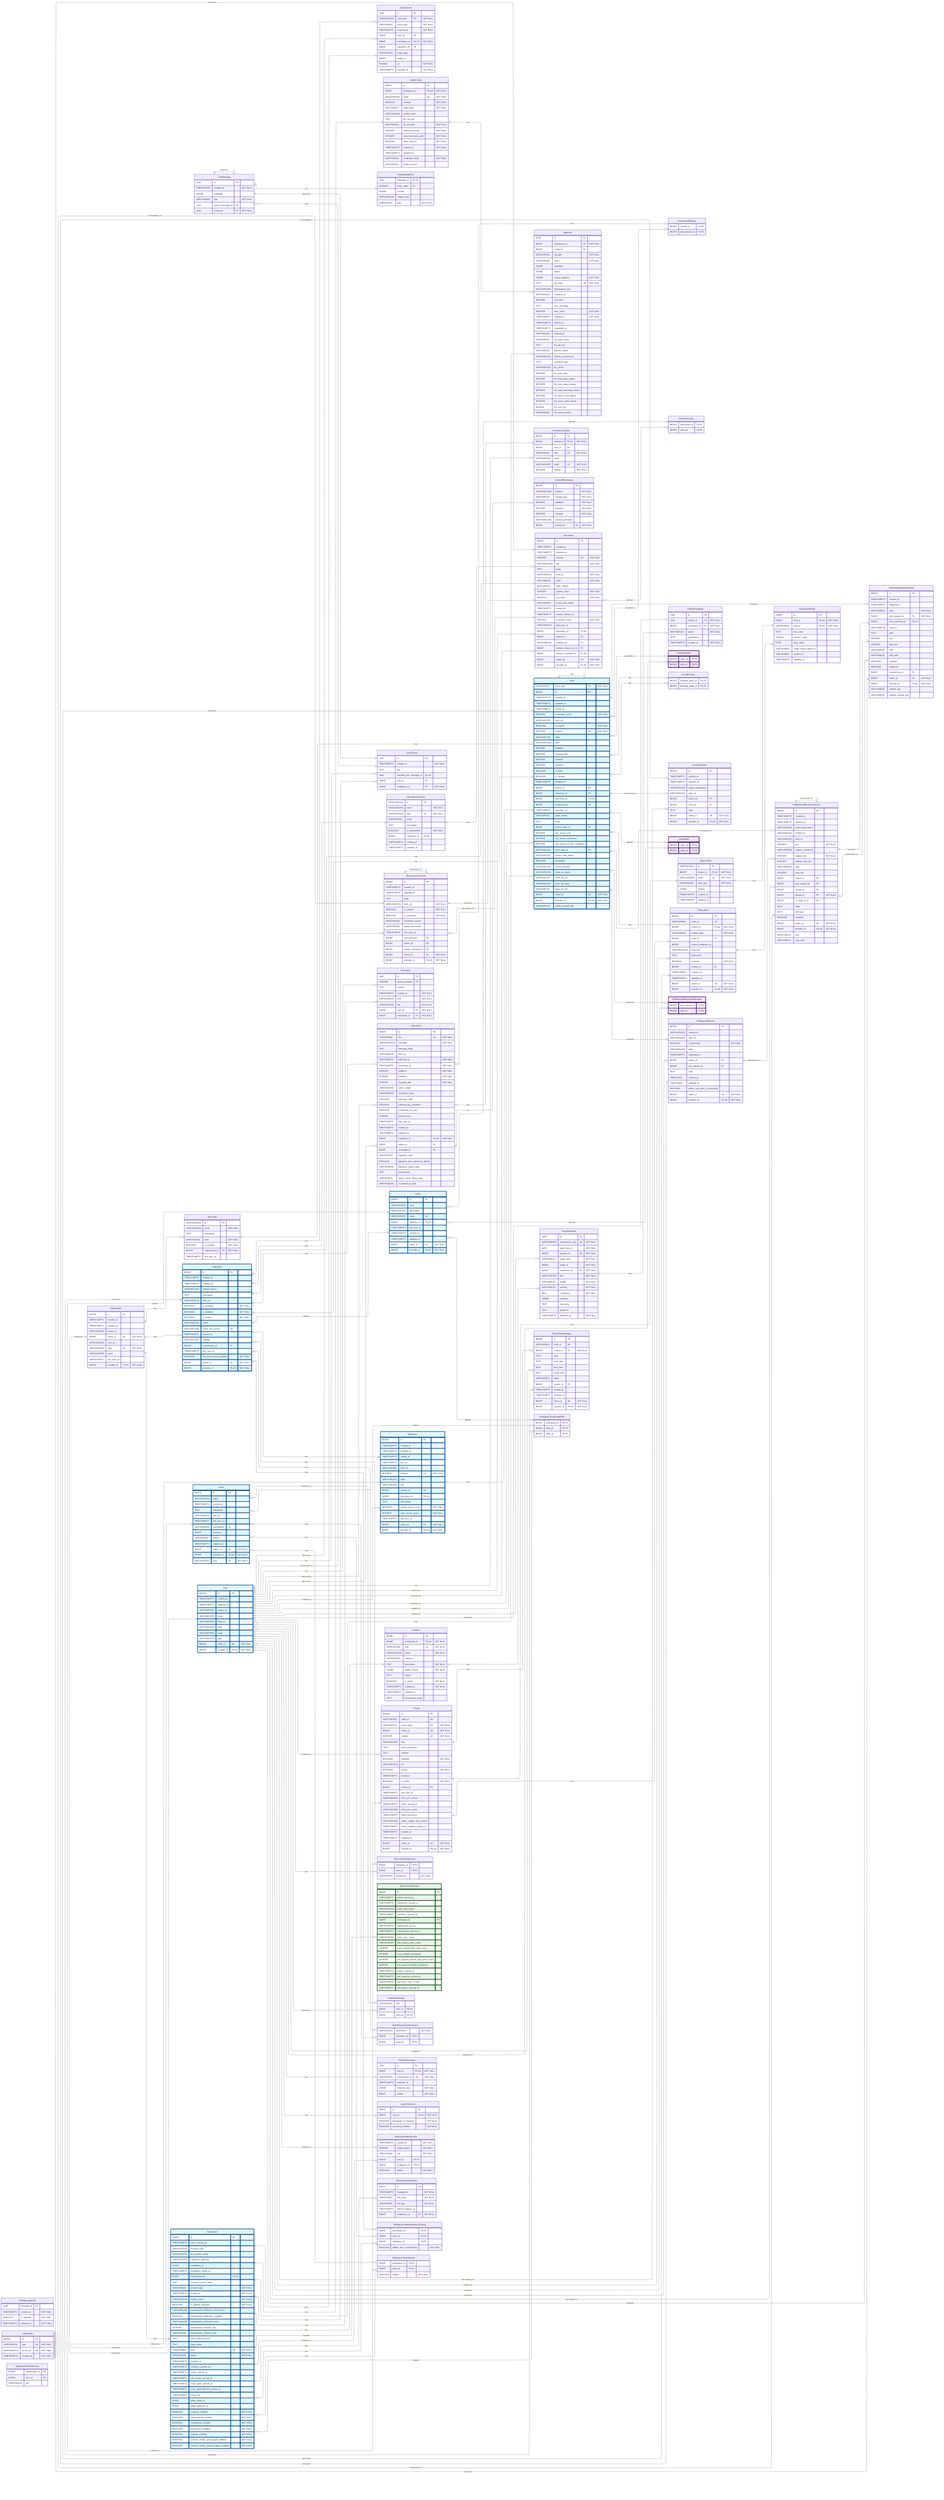
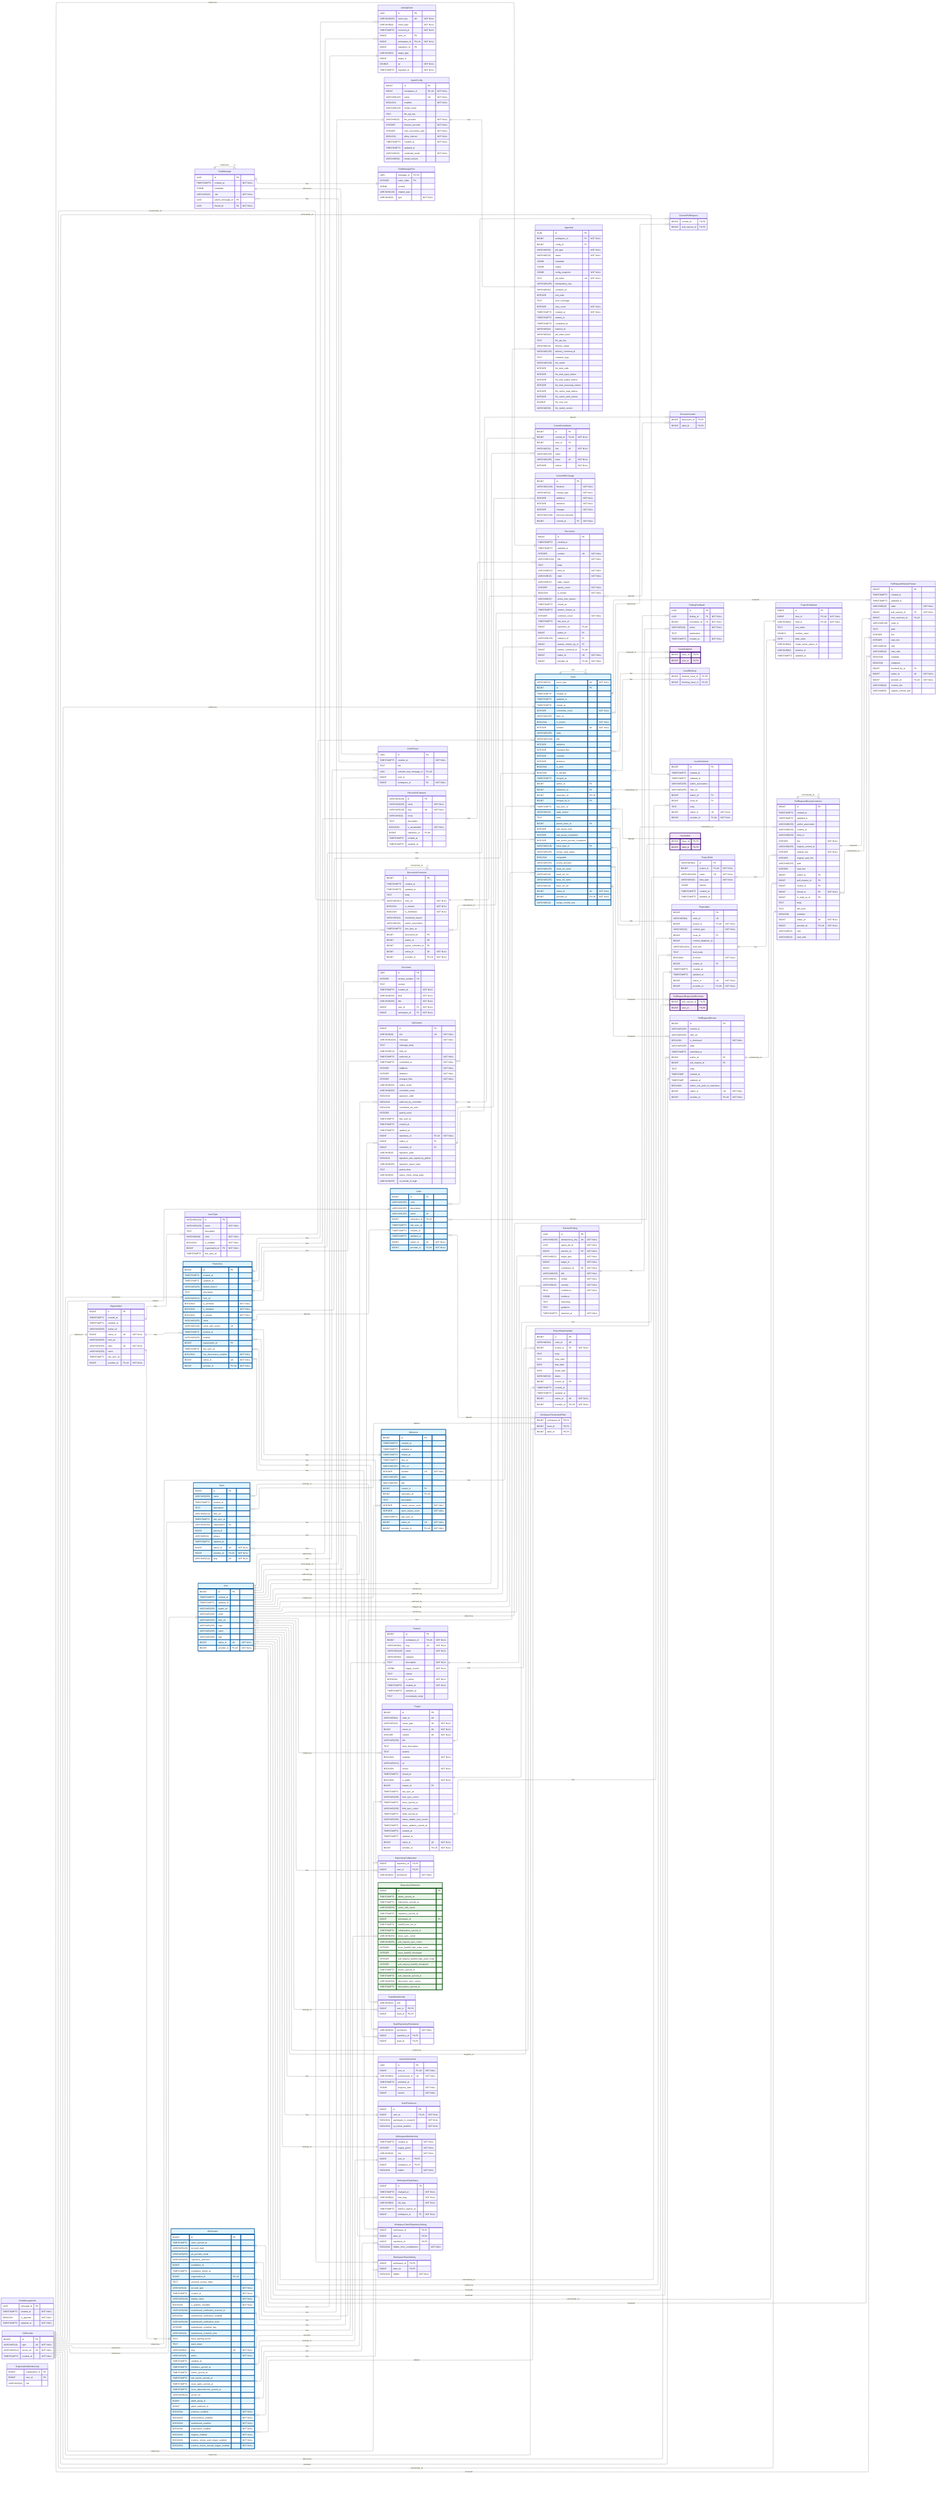
---
config:
    layout: elk
---
erDiagram
    %% Generated automatically from PostgreSQL database schema
    %% using scripts/generate-mermaid-erd.ts
    %% To regenerate: npm run db:generate-erd-docs

    direction LR

    ActivityEvent {
        UUID id PK
        VARCHAR(255) event_key UK "NOT NULL"
        VARCHAR(64) event_type "NOT NULL"
        TIMESTAMPTZ occurred_at "NOT NULL"
        BIGINT actor_id FK
        BIGINT workspace_id FK,UK "NOT NULL"
        BIGINT repository_id FK
        VARCHAR(32) target_type
        BIGINT target_id
        DOUBLE xp "NOT NULL"
        TIMESTAMPTZ ingested_at "NOT NULL"
    }

    AgentConfig {
        BIGINT id PK
        BIGINT workspace_id FK,UK "NOT NULL"
        VARCHAR(100) name UK "NOT NULL"
        BOOLEAN enabled "NOT NULL"
-         VARCHAR(32) agent_type "NOT NULL"
        VARCHAR(128) model_name
        TEXT llm_api_key
        VARCHAR(32) llm_provider "NOT NULL"
        INTEGER timeout_seconds "NOT NULL"
        INTEGER max_concurrent_jobs "NOT NULL"
        BOOLEAN allow_internet "NOT NULL"
        TIMESTAMPTZ created_at "NOT NULL"
        TIMESTAMPTZ updated_at
        VARCHAR(16) credential_mode "NOT NULL"
        VARCHAR(50) model_version
    }

    AgentJob {
        UUID id PK
        BIGINT workspace_id FK "NOT NULL"
        BIGINT config_id FK
        VARCHAR(50) job_type "NOT NULL"
        VARCHAR(20) status "NOT NULL"
        JSONB metadata
        JSONB output
        JSONB config_snapshot "NOT NULL"
        TEXT job_token UK "NOT NULL"
        VARCHAR(255) idempotency_key
        VARCHAR(64) container_id
        INTEGER exit_code
        TEXT error_message
        INTEGER retry_count "NOT NULL"
        TIMESTAMPTZ created_at "NOT NULL"
        TIMESTAMPTZ started_at
        TIMESTAMPTZ completed_at
        VARCHAR(64) network_id
        VARCHAR(64) job_token_hash
        TEXT llm_api_key
        VARCHAR(20) delivery_status
        VARCHAR(255) delivery_comment_id
        TEXT container_logs
        VARCHAR(100) llm_model
        INTEGER llm_total_calls
        INTEGER llm_total_input_tokens
        INTEGER llm_total_output_tokens
        INTEGER llm_total_reasoning_tokens
        INTEGER llm_cache_read_tokens
        INTEGER llm_cache_write_tokens
        DOUBLE llm_cost_usd
        VARCHAR(50) llm_model_version
    }

    ChatMessage {
        UUID id PK
        TIMESTAMPTZ created_at "NOT NULL"
        JSONB metadata
        VARCHAR(16) role "NOT NULL"
        UUID parent_message_id FK
        UUID thread_id FK "NOT NULL"
    }

    ChatMessagePart {
        UUID message_id PK,FK
        INTEGER order_index PK
        JSONB content
        VARCHAR(128) original_type
        VARCHAR(32) type "NOT NULL"
    }

    ChatMessageVote {
        UUID message_id PK
        TIMESTAMPTZ created_at "NOT NULL"
        BOOLEAN is_upvoted "NOT NULL"
        TIMESTAMPTZ updated_at "NOT NULL"
    }

    ChatThread {
        UUID id PK
        TIMESTAMPTZ created_at "NOT NULL"
        TEXT title
        UUID selected_leaf_message_id FK,UK
        BIGINT user_id FK
        BIGINT workspace_id FK "NOT NULL"
    }

    CommitContributor {
        BIGINT id PK
        BIGINT commit_id FK,UK "NOT NULL"
        BIGINT user_id FK
        VARCHAR(32) role UK "NOT NULL"
        VARCHAR(255) name
        VARCHAR(255) email UK "NOT NULL"
        INTEGER ordinal "NOT NULL"
    }

    CommitFileChange {
        BIGINT id PK
        VARCHAR(1024) filename "NOT NULL"
        VARCHAR(32) change_type "NOT NULL"
        INTEGER additions "NOT NULL"
        INTEGER deletions "NOT NULL"
        INTEGER changes "NOT NULL"
        VARCHAR(1024) previous_filename
        BIGINT commit_id FK "NOT NULL"
    }

    CommitPullRequest {
        BIGINT commit_id PK,FK
        BIGINT pull_request_id PK,FK
    }

    Discussion {
        BIGINT id PK
        TIMESTAMPTZ created_at
        TIMESTAMPTZ updated_at
        INTEGER number UK "NOT NULL"
        VARCHAR(1024) title "NOT NULL"
        TEXT body
        VARCHAR(512) html_url "NOT NULL"
        VARCHAR(16) state "NOT NULL"
        VARCHAR(32) state_reason
        INTEGER upvote_count "NOT NULL"
        BOOLEAN is_locked "NOT NULL"
        VARCHAR(32) active_lock_reason
        TIMESTAMPTZ closed_at
        TIMESTAMPTZ answer_chosen_at
        INTEGER comment_count "NOT NULL"
        TIMESTAMPTZ last_sync_at
        BIGINT repository_id FK,UK
        BIGINT author_id FK
        VARCHAR(128) category_id FK
        BIGINT answer_chosen_by_id FK
        BIGINT answer_comment_id FK,UK
        BIGINT native_id UK "NOT NULL"
        BIGINT provider_id FK,UK "NOT NULL"
    }

    DiscussionCategory {
        VARCHAR(128) id PK
        VARCHAR(255) name "NOT NULL"
        VARCHAR(128) slug UK "NOT NULL"
        VARCHAR(32) emoji
        TEXT description
        BOOLEAN is_answerable "NOT NULL"
        BIGINT repository_id FK,UK
        TIMESTAMPTZ created_at
        TIMESTAMPTZ updated_at
    }

    DiscussionComment {
        BIGINT id PK
        TIMESTAMPTZ created_at
        TIMESTAMPTZ updated_at
        TEXT body
        VARCHAR(512) html_url "NOT NULL"
        BOOLEAN is_answer "NOT NULL"
        BOOLEAN is_minimized "NOT NULL"
        VARCHAR(64) minimized_reason
        VARCHAR(32) author_association
        TIMESTAMPTZ last_sync_at
        BIGINT discussion_id FK
        BIGINT author_id FK
        BIGINT parent_comment_id FK
        BIGINT native_id UK "NOT NULL"
        BIGINT provider_id FK,UK "NOT NULL"
    }

    DiscussionLabel {
        BIGINT discussion_id PK,FK
        BIGINT label_id PK,FK
    }

    Document {
        UUID id PK
        INTEGER version_number PK
        TEXT content
        TIMESTAMPTZ created_at "NOT NULL"
        VARCHAR(255) kind "NOT NULL"
        VARCHAR(255) title "NOT NULL"
        BIGINT user_id FK "NOT NULL"
        BIGINT workspace_id FK "NOT NULL"
    }

    FindingFeedback {
        UUID id PK
        UUID finding_id FK "NOT NULL"
        BIGINT contributor_id FK "NOT NULL"
        VARCHAR(16) action "NOT NULL"
        TEXT explanation
        TIMESTAMPTZ created_at "NOT NULL"
    }

    GitCommit {
        BIGINT id PK
        VARCHAR(40) sha UK "NOT NULL"
        VARCHAR(1024) message "NOT NULL"
        TEXT message_body
        VARCHAR(512) html_url
        TIMESTAMPTZ authored_at "NOT NULL"
        TIMESTAMPTZ committed_at "NOT NULL"
        INTEGER additions "NOT NULL"
        INTEGER deletions "NOT NULL"
        INTEGER changed_files "NOT NULL"
        VARCHAR(255) author_email
        VARCHAR(255) committer_email
        BOOLEAN signature_valid
        BOOLEAN authored_by_committer
        BOOLEAN committed_via_web
        INTEGER parent_count
        TIMESTAMPTZ last_sync_at
        TIMESTAMPTZ created_at
        TIMESTAMPTZ updated_at
        BIGINT repository_id FK,UK "NOT NULL"
        BIGINT author_id FK
        BIGINT committer_id FK
        VARCHAR(32) signature_state
        BOOLEAN signature_was_signed_by_github
        VARCHAR(255) signature_signer_login
        TEXT parent_shas
        VARCHAR(32) status_check_rollup_state
        VARCHAR(255) on_behalf_of_login
    }

    GitProvider {
        BIGINT id PK
        VARCHAR(10) type UK "NOT NULL"
        VARCHAR(512) server_url UK "NOT NULL"
        TIMESTAMPTZ created_at "NOT NULL"
    }

    Issue {
        VARCHAR(31) issue_type UK "NOT NULL"
        BIGINT id PK
        TIMESTAMPTZ created_at
        TIMESTAMPTZ updated_at
        TIMESTAMPTZ closed_at
        INTEGER comments_count "NOT NULL"
        VARCHAR(255) html_url
        BOOLEAN is_locked "NOT NULL"
        INTEGER number UK "NOT NULL"
        VARCHAR(255) state
        VARCHAR(1024) title
        INTEGER additions
        INTEGER changed_files
        INTEGER commits
        INTEGER deletions
        BOOLEAN is_draft
        BOOLEAN is_merged
        TIMESTAMPTZ merged_at
        BIGINT author_id FK
        BIGINT milestone_id FK
        BIGINT repository_id FK,UK
        BIGINT merged_by_id FK
        TIMESTAMPTZ last_sync_at
        VARCHAR(32) state_reason
        TEXT body
        BIGINT parent_issue_id FK
        INTEGER sub_issues_total
        INTEGER sub_issues_completed
        INTEGER sub_issues_percent_completed
        VARCHAR(128) issue_type_id FK
        VARCHAR(255) merge_state_status
        BOOLEAN mergeable
        VARCHAR(255) review_decision
        VARCHAR(255) head_ref_name
        VARCHAR(40) head_ref_oid
        VARCHAR(255) base_ref_name
        VARCHAR(40) base_ref_oid
        BIGINT native_id UK "NOT NULL"
        BIGINT provider_id FK,UK "NOT NULL"
        VARCHAR(40) merge_commit_sha
    }

    IssueAssignee {
        BIGINT issue_id PK,FK
        BIGINT user_id PK,FK
    }

    IssueBlocking {
        BIGINT blocked_issue_id PK,FK
        BIGINT blocking_issue_id PK,FK
    }

    IssueComment {
        BIGINT id PK
        TIMESTAMPTZ created_at
        TIMESTAMPTZ updated_at
        VARCHAR(255) author_association
        VARCHAR(255) html_url
        BIGINT author_id FK
        BIGINT issue_id FK
        TEXT body
        BIGINT native_id UK "NOT NULL"
        BIGINT provider_id FK,UK "NOT NULL"
    }

    IssueLabel {
        BIGINT issue_id PK,FK
        BIGINT label_id PK,FK
    }

    IssueType {
        VARCHAR(128) id PK
        VARCHAR(128) name "NOT NULL"
        TEXT description
        VARCHAR(20) color "NOT NULL"
        BOOLEAN is_enabled "NOT NULL"
        BIGINT organization_id FK "NOT NULL"
        TIMESTAMPTZ last_sync_at
    }

    Label {
        BIGINT id PK
        VARCHAR(255) color
        VARCHAR(255) description
        VARCHAR(255) name UK
        BIGINT repository_id FK,UK
        TIMESTAMPTZ last_sync_at
        TIMESTAMPTZ created_at
        TIMESTAMPTZ updated_at
        BIGINT native_id UK "NOT NULL"
        BIGINT provider_id FK,UK "NOT NULL"
    }

    Milestone {
        BIGINT id PK
        TIMESTAMPTZ created_at
        TIMESTAMPTZ updated_at
        TIMESTAMPTZ closed_at
        TIMESTAMPTZ due_on
        VARCHAR(255) html_url
        INTEGER number UK "NOT NULL"
        VARCHAR(255) state
        VARCHAR(255) title
        BIGINT creator_id FK
        BIGINT repository_id FK,UK
        TEXT description
        INTEGER closed_issues_count "NOT NULL"
        INTEGER open_issues_count "NOT NULL"
        TIMESTAMPTZ last_sync_at
        BIGINT native_id UK "NOT NULL"
        BIGINT provider_id FK,UK "NOT NULL"
    }

    Organization {
        BIGINT id PK
        TIMESTAMPTZ created_at
        TIMESTAMPTZ updated_at
        VARCHAR(255) avatar_url
        BIGINT native_id UK "NOT NULL"
        VARCHAR(255) html_url
        VARCHAR(255) login UK "NOT NULL"
        VARCHAR(255) name
        TIMESTAMPTZ last_sync_at
        BIGINT provider_id FK,UK "NOT NULL"
    }

    OrganizationMembership {
        BIGINT organization_id PK
        BIGINT user_id PK
        VARCHAR(32) role
    }

    Practice {
        BIGINT id PK
        BIGINT workspace_id FK,UK "NOT NULL"
        VARCHAR(64) slug UK "NOT NULL"
        VARCHAR(128) name "NOT NULL"
        VARCHAR(64) category
        TEXT description "NOT NULL"
        JSONB trigger_events "NOT NULL"
        TEXT criteria
        BOOLEAN is_active "NOT NULL"
        TIMESTAMPTZ created_at "NOT NULL"
        TIMESTAMPTZ updated_at
        TEXT precompute_script
    }

    PracticeFinding {
        UUID id PK
        VARCHAR(255) idempotency_key UK "NOT NULL"
        UUID agent_job_id "NOT NULL"
        BIGINT practice_id FK "NOT NULL"
        VARCHAR(32) target_type "NOT NULL"
        BIGINT target_id "NOT NULL"
        BIGINT contributor_id FK "NOT NULL"
        VARCHAR(255) title "NOT NULL"
        VARCHAR(16) verdict "NOT NULL"
        VARCHAR(16) severity "NOT NULL"
        REAL confidence "NOT NULL"
        JSONB evidence
        TEXT reasoning
        TEXT guidance
        TIMESTAMPTZ detected_at "NOT NULL"
    }

    Project {
        BIGINT id PK
        VARCHAR(64) node_id UK
        VARCHAR(32) owner_type UK "NOT NULL"
        BIGINT owner_id UK "NOT NULL"
        INTEGER number UK "NOT NULL"
        VARCHAR(256) title
        TEXT short_description
        TEXT readme
        BOOLEAN template "NOT NULL"
        VARCHAR(512) url
        BOOLEAN closed "NOT NULL"
        TIMESTAMPTZ closed_at
        BOOLEAN is_public "NOT NULL"
        BIGINT creator_id FK
        TIMESTAMPTZ last_sync_at
        VARCHAR(256) item_sync_cursor
        TIMESTAMPTZ items_synced_at
        VARCHAR(256) field_sync_cursor
        TIMESTAMPTZ fields_synced_at
        VARCHAR(256) status_update_sync_cursor
        TIMESTAMPTZ status_updates_synced_at
        TIMESTAMPTZ created_at
        TIMESTAMPTZ updated_at
        BIGINT native_id UK "NOT NULL"
        BIGINT provider_id FK,UK "NOT NULL"
    }

    ProjectField {
        VARCHAR(64) id PK
        BIGINT project_id FK,UK "NOT NULL"
        VARCHAR(256) name UK "NOT NULL"
        VARCHAR(32) data_type "NOT NULL"
        JSONB options
        TIMESTAMPTZ created_at
        TIMESTAMPTZ updated_at
    }

    ProjectFieldValue {
        BIGINT id PK
        BIGINT item_id FK,UK "NOT NULL"
        VARCHAR(64) field_id FK,UK "NOT NULL"
        TEXT text_value
        DOUBLE number_value
        DATE date_value
        VARCHAR(64) single_select_option_id
        VARCHAR(64) iteration_id
        TIMESTAMPTZ updated_at
    }

    ProjectItem {
        BIGINT id PK
        VARCHAR(64) node_id UK
        BIGINT project_id FK,UK "NOT NULL"
        VARCHAR(32) content_type "NOT NULL"
        BIGINT issue_id FK
        BIGINT content_database_id
        VARCHAR(1024) draft_title
        TEXT draft_body
        BOOLEAN archived "NOT NULL"
        BIGINT creator_id FK
        TIMESTAMPTZ created_at
        TIMESTAMPTZ updated_at
        BIGINT native_id UK "NOT NULL"
        BIGINT provider_id FK,UK "NOT NULL"
    }

    ProjectStatusUpdate {
        BIGINT id PK
        VARCHAR(64) node_id UK
        BIGINT project_id FK "NOT NULL"
        TEXT body
        TEXT body_html
        DATE start_date
        DATE target_date
        VARCHAR(32) status
        BIGINT creator_id FK
        TIMESTAMPTZ created_at
        TIMESTAMPTZ updated_at
        BIGINT native_id UK "NOT NULL"
        BIGINT provider_id FK,UK "NOT NULL"
    }

    PullRequestRequestedReviewer {
        BIGINT pull_request_id PK,FK
        BIGINT user_id PK,FK
    }

    PullRequestReview {
        BIGINT id PK
        VARCHAR(255) commit_id
        VARCHAR(255) html_url
        BOOLEAN is_dismissed "NOT NULL"
        VARCHAR(255) state
        TIMESTAMPTZ submitted_at
        BIGINT author_id FK
        BIGINT pull_request_id FK
        TEXT body
        TIMESTAMP created_at
        TIMESTAMP updated_at
        BOOLEAN author_can_push_to_repository
        BIGINT native_id UK "NOT NULL"
        BIGINT provider_id FK,UK "NOT NULL"
    }

    PullRequestReviewComment {
        BIGINT id PK
        TIMESTAMPTZ created_at
        TIMESTAMPTZ updated_at
        VARCHAR(255) author_association
        VARCHAR(255) commit_id
        VARCHAR(255) html_url
        INTEGER line "NOT NULL"
        VARCHAR(255) original_commit_id
        INTEGER original_line "NOT NULL"
        INTEGER original_start_line
        VARCHAR(255) path
        INTEGER start_line
        BIGINT author_id FK
        BIGINT pull_request_id FK
        BIGINT review_id FK
        BIGINT thread_id FK "NOT NULL"
        BIGINT in_reply_to_id FK
        TEXT body
        TEXT diff_hunk
        BOOLEAN outdated
        BIGINT native_id UK "NOT NULL"
        BIGINT provider_id FK,UK "NOT NULL"
        VARCHAR(16) side
        VARCHAR(16) start_side
    }

    PullRequestReviewThread {
        BIGINT id PK
        TIMESTAMPTZ created_at
        TIMESTAMPTZ updated_at
        VARCHAR(20) state "NOT NULL"
        BIGINT pull_request_id FK "NOT NULL"
        BIGINT root_comment_id FK,UK
        VARCHAR(128) node_id
        TEXT path
        INTEGER line
        INTEGER start_line
        VARCHAR(16) side
        VARCHAR(16) start_side
        BOOLEAN outdated
        BOOLEAN collapsed
        BIGINT resolved_by_id FK
        BIGINT native_id UK "NOT NULL"
        BIGINT provider_id FK,UK "NOT NULL"
        VARCHAR(64) commit_sha
        VARCHAR(64) original_commit_sha
    }

    Repository {
        BIGINT id PK
        TIMESTAMPTZ created_at
        TIMESTAMPTZ updated_at
        VARCHAR(255) default_branch
        TEXT description
        VARCHAR(512) html_url
        BOOLEAN is_archived "NOT NULL"
        BOOLEAN is_disabled "NOT NULL"
        BOOLEAN is_private "NOT NULL"
        VARCHAR(255) name
        VARCHAR(150) name_with_owner UK
        TIMESTAMPTZ pushed_at
        VARCHAR(255) visibility
        BIGINT organization_id FK
        TIMESTAMPTZ last_sync_at
        BOOLEAN has_discussions_enabled "NOT NULL"
        BIGINT native_id UK "NOT NULL"
        BIGINT provider_id FK,UK "NOT NULL"
    }

    RepositoryCollaborator {
        BIGINT repository_id PK,FK
        BIGINT user_id PK,FK
        VARCHAR(32) permission "NOT NULL"
    }

    RepositoryToMonitor {
        BIGINT id PK
        TIMESTAMPTZ labels_synced_at
        TIMESTAMPTZ milestones_synced_at
        VARCHAR(255) name_with_owner
        TIMESTAMPTZ repository_synced_at
        BIGINT workspace_id FK
        TIMESTAMPTZ backfill_last_run_at
        TIMESTAMPTZ collaborators_synced_at
        VARCHAR(255) issue_sync_cursor
        VARCHAR(255) pull_request_sync_cursor
        INTEGER issue_backfill_high_water_mark
        INTEGER issue_backfill_checkpoint
        INTEGER pull_request_backfill_high_water_mark
        INTEGER pull_request_backfill_checkpoint
        TIMESTAMPTZ issues_synced_at
        TIMESTAMPTZ pull_requests_synced_at
        VARCHAR(255) discussion_sync_cursor
        TIMESTAMPTZ discussions_synced_at
    }

    Team {
        BIGINT id PK
        VARCHAR(255) name
        TIMESTAMPTZ created_at
        TEXT description
        VARCHAR(512) html_url
        TIMESTAMPTZ last_sync_at
        VARCHAR(255) organization UK
        BIGINT parent_id
        VARCHAR(32) privacy
        TIMESTAMPTZ updated_at
        BIGINT native_id UK "NOT NULL"
        BIGINT provider_id FK,UK "NOT NULL"
        VARCHAR(512) slug UK "NOT NULL"
    }

    TeamMembership {
        VARCHAR(32) role
        BIGINT user_id PK,FK
        BIGINT team_id PK,FK
    }

    TeamRepositoryPermission {
        VARCHAR(32) permission "NOT NULL"
        BIGINT repository_id PK,FK
        BIGINT team_id PK,FK
    }

    User {
        BIGINT id PK
        TIMESTAMPTZ created_at
        TIMESTAMPTZ updated_at
        VARCHAR(255) avatar_url
        VARCHAR(255) email
        VARCHAR(255) html_url
        VARCHAR(255) login
        VARCHAR(255) name
        VARCHAR(255) type
        BIGINT native_id UK "NOT NULL"
        BIGINT provider_id FK,UK "NOT NULL"
    }

    UserAchievement {
        UUID id PK
        BIGINT user_id FK,UK "NOT NULL"
        VARCHAR(64) achievement_id UK "NOT NULL"
        TIMESTAMPTZ unlocked_at
        JSONB progress_data "NOT NULL"
        BIGINT version "NOT NULL"
    }

    UserPreference {
        BIGINT id PK
        BIGINT user_id FK,UK "NOT NULL"
        BOOLEAN participate_in_research "NOT NULL"
        BOOLEAN ai_review_enabled "NOT NULL"
    }

    Workspace {
        BIGINT id PK
        TIMESTAMPTZ users_synced_at
        VARCHAR(120) account_login
        VARCHAR(255) git_provider_mode
        VARCHAR(255) repository_selection
        BIGINT installation_id
        TIMESTAMPTZ installation_linked_at
        BIGINT organization_id FK,UK
        TEXT personal_access_token
        VARCHAR(10) account_type "NOT NULL"
        TIMESTAMPTZ created_at "NOT NULL"
        VARCHAR(120) display_name "NOT NULL"
        BOOLEAN is_publicly_viewable "NOT NULL"
        VARCHAR(100) leaderboard_notification_channel_id
        BOOLEAN leaderboard_notification_enabled
        VARCHAR(100) leaderboard_notification_team
        INTEGER leaderboard_schedule_day
        VARCHAR(10) leaderboard_schedule_time
        TEXT slack_signing_secret
        TEXT slack_token
        VARCHAR(64) slug UK "NOT NULL"
        VARCHAR(20) status "NOT NULL"
        TIMESTAMPTZ updated_at
        TIMESTAMPTZ members_synced_at
        TIMESTAMPTZ teams_synced_at
        TIMESTAMPTZ sub_issues_synced_at
        TIMESTAMPTZ issue_types_synced_at
        TIMESTAMPTZ issue_dependencies_synced_at
        VARCHAR(512) server_url
        BIGINT gitlab_group_id
        BIGINT gitlab_webhook_id
        BOOLEAN practices_enabled "NOT NULL"
        BOOLEAN achievements_enabled "NOT NULL"
        BOOLEAN leaderboard_enabled "NOT NULL"
        BOOLEAN progression_enabled "NOT NULL"
        BOOLEAN leagues_enabled "NOT NULL"
        BOOLEAN practice_review_auto_trigger_enabled "NOT NULL"
        BOOLEAN practice_review_manual_trigger_enabled "NOT NULL"
    }

    WorkspaceMembership {
        TIMESTAMPTZ created_at "NOT NULL"
        INTEGER league_points "NOT NULL"
        VARCHAR(16) role "NOT NULL"
        BIGINT user_id PK,FK
        BIGINT workspace_id PK,FK
        BOOLEAN hidden "NOT NULL"
    }

    WorkspaceSlugHistory {
        BIGINT id PK
        TIMESTAMPTZ changed_at "NOT NULL"
        VARCHAR(64) new_slug "NOT NULL"
        VARCHAR(64) old_slug "NOT NULL"
        TIMESTAMPTZ redirect_expires_at
        BIGINT workspace_id FK "NOT NULL"
    }

    WorkspaceTeamLabelFilter {
        BIGINT workspace_id PK,FK
        BIGINT team_id PK,FK
        BIGINT label_id PK,FK
    }

    WorkspaceTeamRepositorySetting {
        BIGINT workspace_id PK,FK
        BIGINT team_id PK,FK
        BIGINT repository_id PK,FK
        BOOLEAN hidden_from_contributions "NOT NULL"
    }

    WorkspaceTeamSetting {
        BIGINT workspace_id PK,FK
        BIGINT team_id PK,FK
        BOOLEAN hidden "NOT NULL"
    }

    %% Relationships
    %% One-to-One relationships
    Workspace ||--|| ActivityEvent : has
    Workspace ||--|| AgentConfig : has
    ChatMessage ||--|| ChatMessagePart : has
    ChatMessage ||--|| ChatThread : references
    GitCommit ||--|| CommitContributor : has
    DiscussionComment ||--|| Discussion : references
    GitProvider ||--|| Discussion : references
    Repository ||--|| Discussion : has
    Repository ||--|| DiscussionCategory : has
    GitProvider ||--|| DiscussionComment : commented_on
    Repository ||--|| GitCommit : has
    GitProvider ||--|| Issue : references
    Repository ||--|| Issue : has
    GitProvider ||--|| IssueComment : commented_on
    GitProvider ||--|| Label : labeled
    Repository ||--|| Label : labeled
    GitProvider ||--|| Milestone : references
    Repository ||--|| Milestone : has
    GitProvider ||--|| Organization : references
    Workspace ||--|| Practice : has
    GitProvider ||--|| Project : references
    Project ||--|| ProjectField : has
    ProjectField ||--|| ProjectFieldValue : has
    ProjectItem ||--|| ProjectFieldValue : has
    Project ||--|| ProjectItem : has
    GitProvider ||--|| ProjectItem : references
    GitProvider ||--|| ProjectStatusUpdate : references
    GitProvider ||--|| PullRequestReview : reviewed
    GitProvider ||--|| PullRequestReviewComment : commented_on
    GitProvider ||--|| PullRequestReviewThread : reviewed
    PullRequestReviewComment ||--|| PullRequestReviewThread : reviewed
    GitProvider ||--|| Repository : references
    GitProvider ||--|| Team : references
    GitProvider ||--|| User : references
    User ||--|| UserAchievement : has
    User ||--|| UserPreference : has
    Organization ||--|| Workspace : has
    User ||--|| WorkspaceMembership : belongs_to
    Workspace ||--|| WorkspaceMembership : belongs_to

    %% One-to-Many relationships
    User ||--o{ ActivityEvent : references
    Repository ||--o{ ActivityEvent : has
    AgentConfig ||--o{ AgentJob : has
    Workspace ||--o{ AgentJob : has
    ChatMessage ||--o{ ChatMessage : references
    ChatThread ||--o{ ChatMessage : has
    User ||--o{ ChatThread : has
    Workspace ||--o{ ChatThread : has
    User ||--o{ CommitContributor : has
    GitCommit ||--o{ CommitFileChange : has
    User ||--o{ Discussion : references
    User ||--o{ Discussion : authored_by
    DiscussionCategory ||--o{ Discussion : has
    User ||--o{ DiscussionComment : commented_on
    Discussion ||--o{ DiscussionComment : commented_on
    DiscussionComment ||--o{ DiscussionComment : commented_on
    User ||--o{ Document : has
    Workspace ||--o{ Document : has
    User ||--o{ FindingFeedback : references
    PracticeFinding ||--o{ FindingFeedback : has
    User ||--o{ GitCommit : authored_by
    User ||--o{ GitCommit : references
    User ||--o{ Issue : authored_by
    IssueType ||--o{ Issue : has
    User ||--o{ Issue : merged_by
    Milestone ||--o{ Issue : has
    Issue ||--o{ Issue : has
    User ||--o{ IssueComment : commented_on
    Issue ||--o{ IssueComment : commented_on
    Organization ||--o{ IssueType : has
    User ||--o{ Milestone : created_by
    User ||--o{ PracticeFinding : references
    Practice ||--o{ PracticeFinding : has
    User ||--o{ Project : created_by
    User ||--o{ ProjectItem : created_by
    Issue ||--o{ ProjectItem : has
    User ||--o{ ProjectStatusUpdate : created_by
    Project ||--o{ ProjectStatusUpdate : has
    User ||--o{ PullRequestReview : reviewed
    Issue ||--o{ PullRequestReview : reviewed
    User ||--o{ PullRequestReviewComment : commented_on
    PullRequestReviewComment ||--o{ PullRequestReviewComment : commented_on
    Issue ||--o{ PullRequestReviewComment : commented_on
    PullRequestReview ||--o{ PullRequestReviewComment : commented_on
    PullRequestReviewThread ||--o{ PullRequestReviewComment : commented_on
    Issue ||--o{ PullRequestReviewThread : reviewed
    User ||--o{ PullRequestReviewThread : reviewed
    Organization ||--o{ Repository : has
    Workspace ||--o{ RepositoryToMonitor : monitors
    Workspace ||--o{ WorkspaceSlugHistory : has

    %% Many-to-Many relationships
    GitCommit }o--o{ CommitPullRequest : has
    Issue }o--o{ CommitPullRequest : references
    Discussion }o--o{ DiscussionLabel : labeled
    Label }o--o{ DiscussionLabel : labeled
    Issue }o--o{ IssueAssignee : assigned_to
    User }o--o{ IssueAssignee : assigned_to
    Issue }o--o{ IssueBlocking : has
    Issue }o--o{ IssueBlocking : has
    Issue }o--o{ IssueLabel : labeled
    Label }o--o{ IssueLabel : labeled
    Issue }o--o{ PullRequestRequestedReviewer : reviewed
    User }o--o{ PullRequestRequestedReviewer : reviewed
    Repository }o--o{ RepositoryCollaborator : has
    User }o--o{ RepositoryCollaborator : has
    Team }o--o{ TeamMembership : belongs_to
    User }o--o{ TeamMembership : belongs_to
    Repository }o--o{ TeamRepositoryPermission : has
    Team }o--o{ TeamRepositoryPermission : has
    Label }o--o{ WorkspaceTeamLabelFilter : labeled
    Team }o--o{ WorkspaceTeamLabelFilter : labeled
    Workspace }o--o{ WorkspaceTeamLabelFilter : labeled
    Repository }o--o{ WorkspaceTeamRepositorySetting : has
    Team }o--o{ WorkspaceTeamRepositorySetting : has
    Workspace }o--o{ WorkspaceTeamRepositorySetting : has
    Team }o--o{ WorkspaceTeamSetting : has
    Workspace }o--o{ WorkspaceTeamSetting : has

    %% Styling
    classDef primaryEntity fill:#e1f5fe,stroke:#01579b,stroke-width:2px
    classDef associationEntity fill:#f3e5f5,stroke:#4a148c,stroke-width:2px
    classDef metadataEntity fill:#e8f5e8,stroke:#1b5e20,stroke-width:2px

    class Issue primaryEntity
    class IssueAssignee associationEntity
    class IssueLabel associationEntity
    class Label primaryEntity
    class Milestone primaryEntity
    class PullRequestRequestedReviewer associationEntity
    class Repository primaryEntity
    class RepositoryToMonitor metadataEntity
    class Team primaryEntity
    class User primaryEntity
    class Workspace primaryEntity
